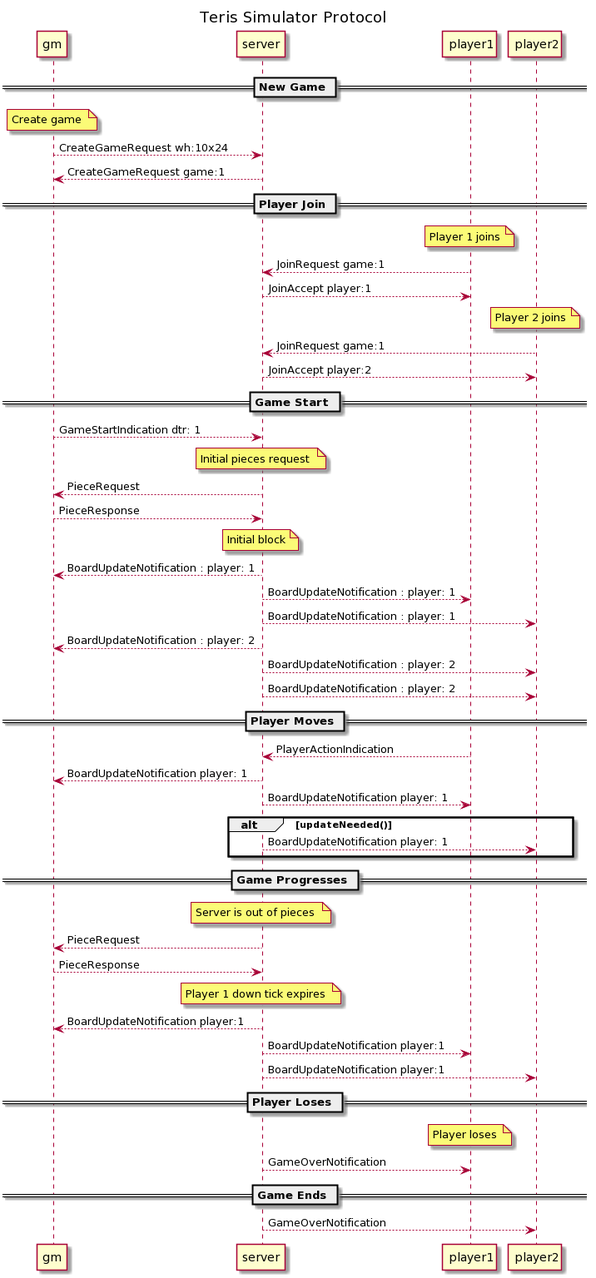
therooftopprinz/TetrisSimulator keeps this PlantUML diagram as interface/protocol.png. Above is the earlier version. Its diagram source:
```plantuml
@startuml
title Teris Simulator Protocol

== New Game ==

note over gm
  Create game
end note

gm --> server : CreateGameRequest wh:10x24
gm <-- server : CreateGameRequest game:1

== Player Join ==

note over player1
  Player 1 joins
end note

player1 --> server : JoinRequest game:1
player1 <-- server : JoinAccept player:1

note over player2
  Player 2 joins
end note

player2 --> server : JoinRequest game:1
player2 <-- server : JoinAccept player:2

== Game Start ==

gm --> server : GameStartIndication dtr: 1

note over server
  Initial pieces request
end note

gm <-- server : PieceRequest
gm --> server : PieceResponse

note over server
  Initial block
end note

gm <-- server : BoardUpdateNotification : player: 1
player1 <-- server : BoardUpdateNotification : player: 1
player2 <-- server : BoardUpdateNotification : player: 1

gm <-- server : BoardUpdateNotification : player: 2
player2 <-- server : BoardUpdateNotification : player: 2
player2 <-- server : BoardUpdateNotification : player: 2

== Player Moves ==

player1 --> server : PlayerActionIndication

gm <-- server : BoardUpdateNotification player: 1
player1 <-- server : BoardUpdateNotification player: 1

alt updateNeeded()
  player2 <-- server : BoardUpdateNotification player: 1
end

== Game Progresses ==

note over server
  Server is out of pieces
end note

gm <-- server : PieceRequest
gm --> server : PieceResponse

note over server
  Player 1 down tick expires
end note

gm <-- server : BoardUpdateNotification player:1
player1 <-- server : BoardUpdateNotification player:1
player2 <-- server : BoardUpdateNotification player:1

== Player Loses ==

note over player1
  Player loses
end note

player1 <-- server : GameOverNotification

== Game Ends ==

player2 <-- server : GameOverNotification
@enduml
```
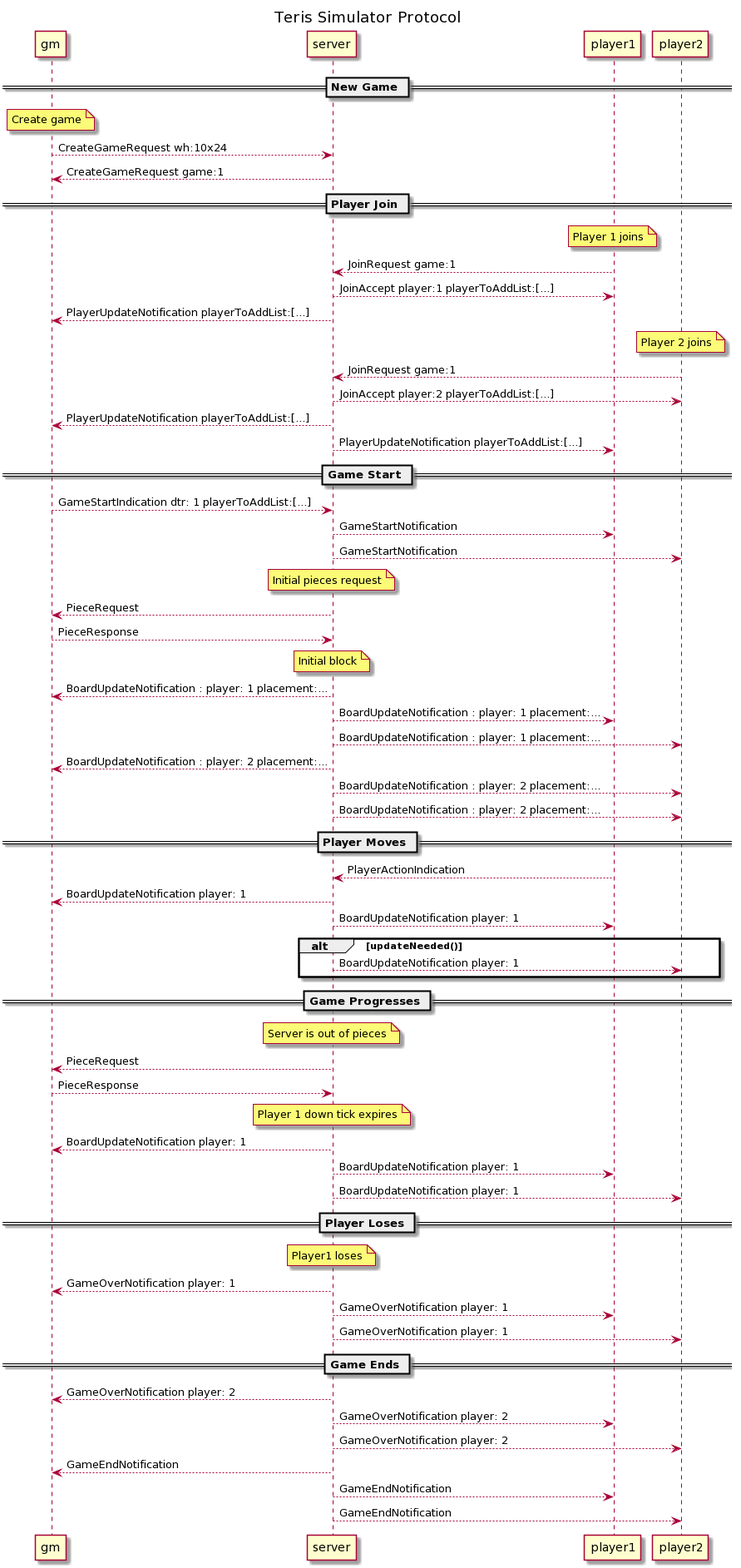
After the change.

The edit, as a diff of the source:
```diff
@@ -17,18 +17,23 @@
 end note
 
 player1 --> server : JoinRequest game:1
-player1 <-- server : JoinAccept player:1
+player1 <-- server : JoinAccept player:1 playerToAddList:[...]
+gm <-- server : PlayerUpdateNotification playerToAddList:[...]
 
 note over player2
   Player 2 joins
 end note
 
 player2 --> server : JoinRequest game:1
-player2 <-- server : JoinAccept player:2
+player2 <-- server : JoinAccept player:2 playerToAddList:[...]
+gm <-- server : PlayerUpdateNotification playerToAddList:[...]
+player1 <-- server : PlayerUpdateNotification playerToAddList:[...]
 
 == Game Start ==
 
-gm --> server : GameStartIndication dtr: 1
+gm --> server : GameStartIndication dtr: 1 playerToAddList:[...]
+player1 <-- server: GameStartNotification
+player2 <-- server: GameStartNotification
 
 note over server
   Initial pieces request
@@ -41,13 +46,13 @@
   Initial block
 end note
 
-gm <-- server : BoardUpdateNotification : player: 1
-player1 <-- server : BoardUpdateNotification : player: 1
-player2 <-- server : BoardUpdateNotification : player: 1
+gm <-- server : BoardUpdateNotification : player: 1 placement:...
+player1 <-- server : BoardUpdateNotification : player: 1 placement:...
+player2 <-- server : BoardUpdateNotification : player: 1 placement:...
 
-gm <-- server : BoardUpdateNotification : player: 2
-player2 <-- server : BoardUpdateNotification : player: 2
-player2 <-- server : BoardUpdateNotification : player: 2
+gm <-- server : BoardUpdateNotification : player: 2 placement:...
+player2 <-- server : BoardUpdateNotification : player: 2 placement:...
+player2 <-- server : BoardUpdateNotification : player: 2 placement:...
 
 == Player Moves ==
 
@@ -73,19 +78,27 @@
   Player 1 down tick expires
 end note
 
-gm <-- server : BoardUpdateNotification player:1
-player1 <-- server : BoardUpdateNotification player:1
-player2 <-- server : BoardUpdateNotification player:1
+gm <-- server : BoardUpdateNotification player: 1
+player1 <-- server : BoardUpdateNotification player: 1
+player2 <-- server : BoardUpdateNotification player: 1
 
 == Player Loses ==
 
-note over player1
-  Player loses
+note over server
+  Player1 loses
 end note
 
-player1 <-- server : GameOverNotification
+gm <-- server : GameOverNotification player: 1
+player1 <-- server : GameOverNotification player: 1
+player2 <-- server : GameOverNotification player: 1
 
 == Game Ends ==
 
-player2 <-- server : GameOverNotification
+gm <-- server : GameOverNotification player: 2
+player1 <-- server : GameOverNotification player: 2
+player2 <-- server : GameOverNotification player: 2
+
+gm <-- server : GameEndNotification
+player1 <-- server : GameEndNotification
+player2 <-- server : GameEndNotification
 @enduml
```
